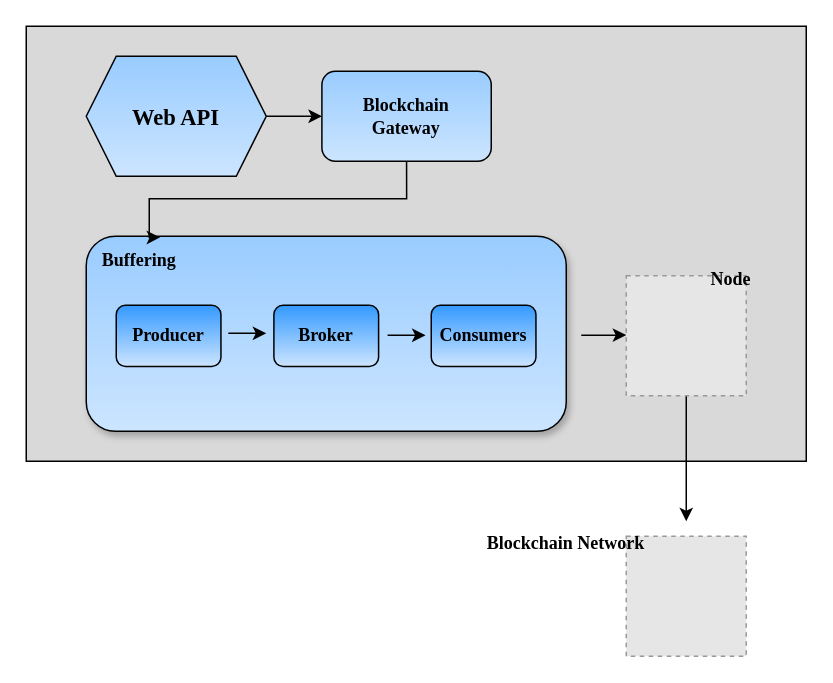
Earlier version of the draw.io diagram 論文用圖.drawio (Well-Legend/seminar). Source tidied: cells renumbered, new cells numbered last; positions are measured from the earlier drawing's top-left corner, leaving out a move shared by most shapes. Both pictures are drawn from the tidied source at 150%, with x=0, y=0 at pixel (26, 26). Pictures stored in the file or linked from it are replaced by grey dashed boxes.
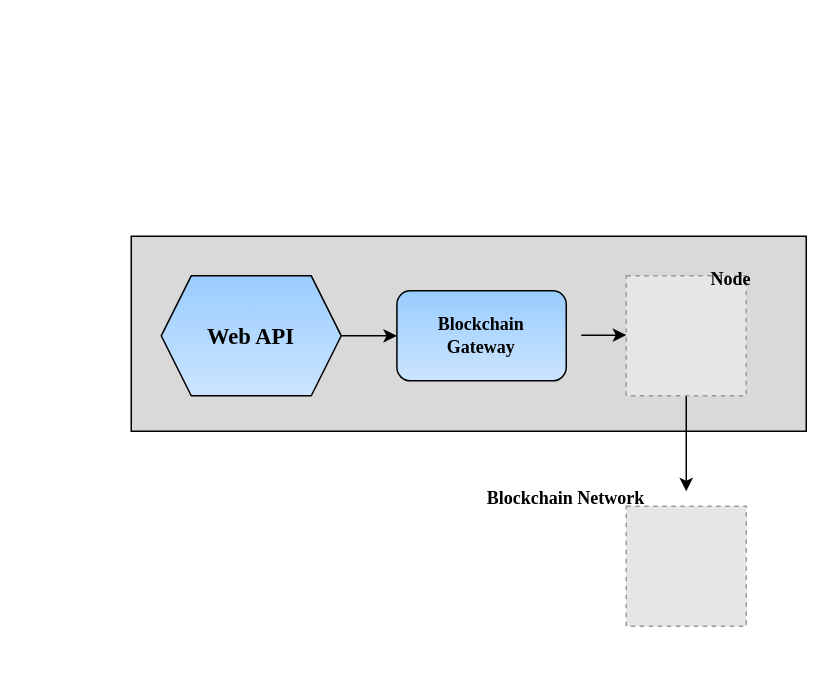
Above is the later version.

Commit message:
更新論文用圖.drawio

The change refers to these unchanged cells:
```xml
<mxCell id="4" style="fillColor=#E6E6E6;strokeColor=#999999;dashed=1;verticalLabelPosition=bottom;labelBackgroundColor=default;verticalAlign=top;" parent="1" vertex="1">
  <mxGeometry x="400" y="166.4" width="80" height="80" as="geometry" />
</mxCell>
```

What changed in the source:
```diff
@@
     <mxCell id="2" style="rounded=0;whiteSpace=wrap;html=1;fillColor=#D9D9D9;" parent="1" vertex="1">
-      <mxGeometry width="520" height="290" as="geometry" />
+      <mxGeometry x="70" y="140" width="450" height="130" as="geometry" />
     </mxCell>
     <mxCell id="3" style="edgeStyle=orthogonalEdgeStyle;rounded=0;jettySize=auto;html=1;exitX=0.5;exitY=1;exitDx=0;exitDy=0;" parent="1" edge="1" source="4">
       <mxGeometry relative="1" as="geometry">
-        <mxPoint x="440" y="330" as="targetPoint" />
+        <mxPoint x="440" y="310" as="targetPoint" />
       </mxGeometry>
     </mxCell>
@@
     <mxCell id="7" value="Web API" style="shape=hexagon;perimeter=hexagonPerimeter2;whiteSpace=wrap;html=1;fixedSize=1;fillColor=#99CCFF;shadow=0;textShadow=0;rounded=0;gradientColor=#CCE5FF;noLabel=0;perimeterSpacing=0;fillStyle=auto;fontFamily=Times New Roman;fontSize=15;fontStyle=1;labelBackgroundColor=none;labelBorderColor=none;verticalAlign=middle;horizontal=1;labelPosition=center;verticalLabelPosition=middle;align=center;" parent="1" vertex="1">
-      <mxGeometry x="40" y="20" width="120" height="80" as="geometry" />
+      <mxGeometry x="90" y="166.4" width="120" height="80" as="geometry" />
     </mxCell>
     <mxCell id="8" style="fillColor=#E6E6E6;strokeColor=#999999;dashed=1;verticalLabelPosition=bottom;verticalAlign=top;" parent="1" vertex="1">
-      <mxGeometry x="400" y="340" width="80" height="80" as="geometry" />
+      <mxGeometry x="400" y="320" width="80" height="80" as="geometry" />
     </mxCell>
     <mxCell id="9" value="Blockchain&lt;div&gt;Gateway&lt;/div&gt;" style="rounded=1;whiteSpace=wrap;html=1;fillColor=#99CCFF;fontFamily=Times New Roman;fontStyle=1;gradientColor=#CCE5FF;shadow=0;textShadow=0;glass=0;" parent="1" vertex="1">
-      <mxGeometry x="197.1" y="30" width="112.9" height="60" as="geometry" />
+      <mxGeometry x="247.1" y="176.4" width="112.9" height="60" as="geometry" />
     </mxCell>
-    <mxCell id="10" style="rounded=1;whiteSpace=wrap;html=1;fillColor=#99CCFF;gradientColor=#CCE5FF;shadow=1;textShadow=1;glass=0;" parent="1" vertex="1">
-      <mxGeometry x="40" y="140" width="320" height="130" as="geometry" />
-    </mxCell>
-    <mxCell id="11" value="Buffering" style="text;strokeColor=none;align=center;fillColor=none;html=1;verticalAlign=middle;whiteSpace=wrap;rounded=0;fontFamily=Times New Roman;fontStyle=1;" parent="1" vertex="1">
-      <mxGeometry x="50" y="146.4" width="50.6" height="20" as="geometry" />
-    </mxCell>
-    <mxCell id="12" style="edgeStyle=orthogonalEdgeStyle;rounded=0;orthogonalLoop=1;jettySize=auto;html=1;exitX=0;exitY=0.5;exitDx=0;exitDy=0;entryX=0.321;entryY=0.5;entryDx=0;entryDy=0;entryPerimeter=0;" parent="1" edge="1">
-      <mxGeometry relative="1" as="geometry">
-        <mxPoint x="134.7" y="204.7" as="sourcePoint" />
-        <mxPoint x="160" y="204.7" as="targetPoint" />
-        <Array as="points">
-          <mxPoint x="154.9" y="204.8" />
-          <mxPoint x="154.9" y="204.8" />
-        </Array>
-      </mxGeometry>
-    </mxCell>
-    <mxCell id="13" style="edgeStyle=orthogonalEdgeStyle;rounded=0;jettySize=auto;html=1;exitX=0.5;exitY=1;exitDx=0;exitDy=0;entryX=0.154;entryY=0.006;entryDx=0;entryDy=0;entryPerimeter=0;" parent="1" edge="1" source="9" target="10">
-      <mxGeometry relative="1" as="geometry">
-        <Array as="points">
-          <mxPoint x="254" y="115" />
-          <mxPoint x="82" y="115" />
-        </Array>
-      </mxGeometry>
-    </mxCell>
@@
     <mxCell id="15" value="&lt;font style=&quot;font-size: 12px;&quot;&gt;Blockchain Network&lt;/font&gt;" style="text;strokeColor=none;align=center;fillColor=none;html=1;verticalAlign=middle;whiteSpace=wrap;rounded=0;fontFamily=Times New Roman;fontStyle=1;" parent="1" vertex="1">
-      <mxGeometry x="280" y="330" width="160" height="30" as="geometry" />
+      <mxGeometry x="280" y="300" width="160" height="30" as="geometry" />
     </mxCell>
-    <mxCell id="16" value="&lt;font face=&quot;Times New Roman&quot; style=&quot;font-size: 12px;&quot;&gt;Consumers&lt;/font&gt;" style="rounded=1;whiteSpace=wrap;html=1;gradientColor=#CCE5FF;fillColor=#3399FF;fontStyle=1;" parent="1" vertex="1">
-      <mxGeometry x="270" y="186" width="69.8" height="40.8" as="geometry" />
-    </mxCell>
-    <mxCell id="17" style="edgeStyle=orthogonalEdgeStyle;rounded=0;orthogonalLoop=1;jettySize=auto;html=1;exitX=0;exitY=0.5;exitDx=0;exitDy=0;entryX=0.321;entryY=0.5;entryDx=0;entryDy=0;entryPerimeter=0;" parent="1" edge="1">
-      <mxGeometry relative="1" as="geometry">
-        <mxPoint x="240.9" y="206" as="sourcePoint" />
-        <mxPoint x="266.2" y="206" as="targetPoint" />
-        <Array as="points">
-          <mxPoint x="261.1" y="206.2" />
-          <mxPoint x="261.1" y="206.2" />
-        </Array>
-      </mxGeometry>
-    </mxCell>
-    <mxCell id="18" value="&lt;font face=&quot;Times New Roman&quot; style=&quot;font-size: 12px;&quot;&gt;Broker&lt;/font&gt;" style="rounded=1;whiteSpace=wrap;html=1;gradientColor=#CCE5FF;fillColor=#3399FF;fontStyle=1;" parent="1" vertex="1">
-      <mxGeometry x="165.1" y="186" width="69.8" height="40.8" as="geometry" />
-    </mxCell>
-    <mxCell id="19" value="&lt;font face=&quot;Times New Roman&quot; style=&quot;font-size: 12px;&quot;&gt;Producer&lt;/font&gt;" style="rounded=1;whiteSpace=wrap;html=1;gradientColor=#CCE5FF;fillColor=#3399FF;fontStyle=1;" parent="1" vertex="1">
-      <mxGeometry x="60" y="186" width="69.8" height="40.8" as="geometry" />
-    </mxCell>
```
